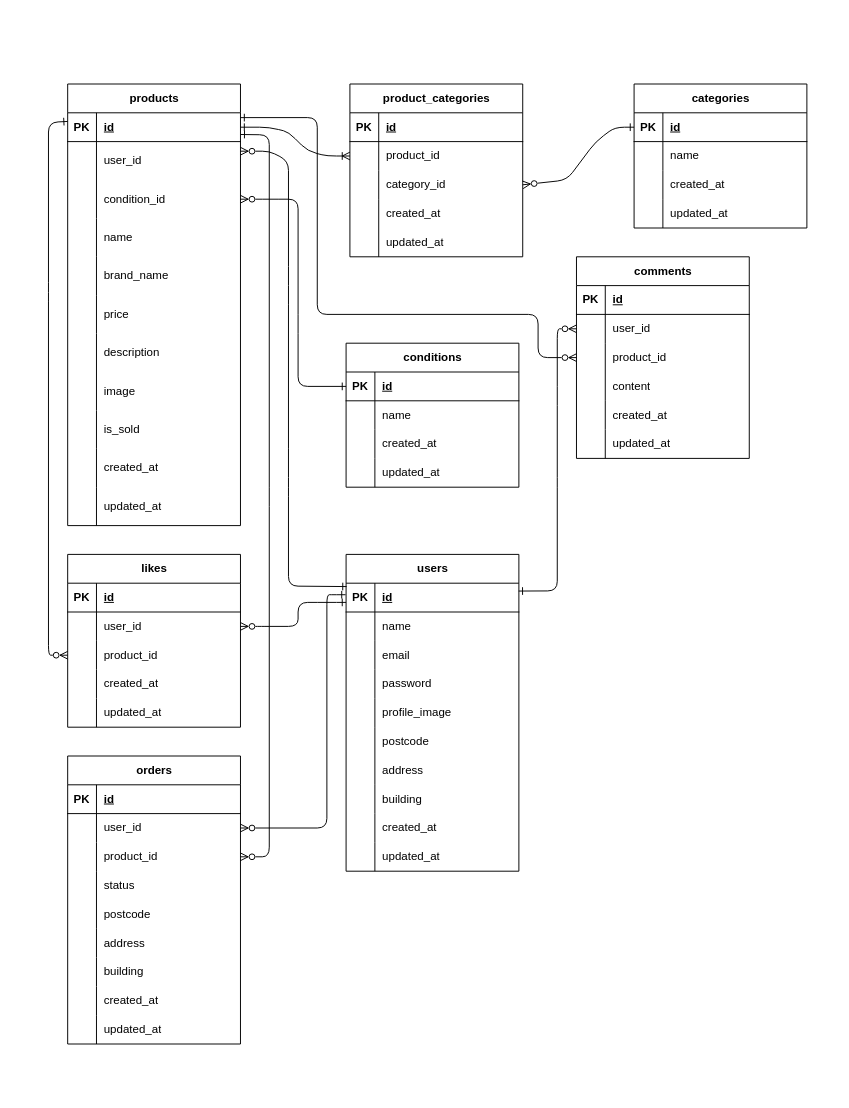
Earlier version of the draw.io diagram erd.drawio (como-natsu/coachtech-furima). Source tidied: cells renumbered, new cells numbered last; positions are measured from the earlier drawing's top-left corner, leaving out a move shared by most shapes. Both pictures are drawn from the tidied source at 96%, with x=0, y=0 at pixel (38, 26).
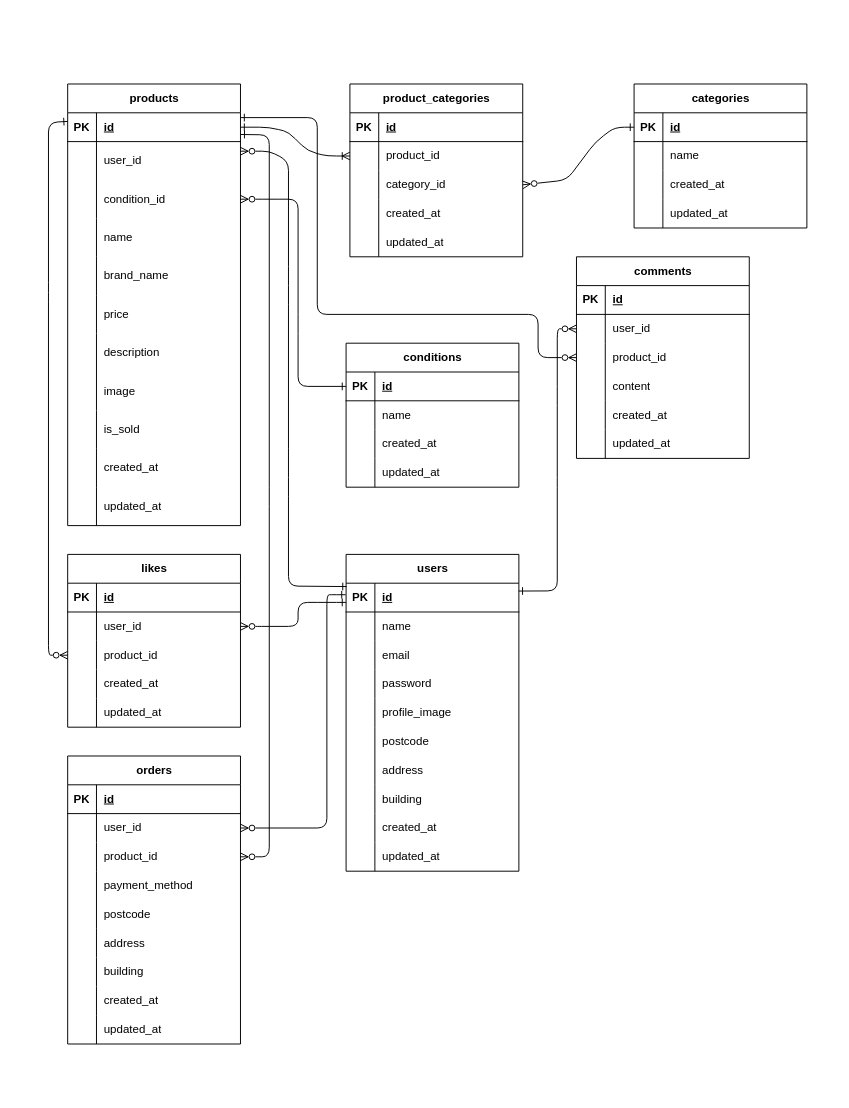
After the change.

The change refers to these unchanged cells:
```xml
<mxCell id="124" style="shape=tableRow;horizontal=0;startSize=0;swimlaneHead=0;swimlaneBody=0;fillColor=none;top=0;left=0;right=0;bottom=0;" parent="114" vertex="1">
  <mxGeometry y="120" width="180" height="30" as="geometry" />
</mxCell>
```

The edit, as a diff of the source:
```diff
@@
     <mxCell id="2" style="rounded=0;whiteSpace=wrap;html=1;fillColor=none;strokeColor=none;" parent="1" vertex="1">
-      <mxGeometry width="820" height="1080" as="geometry" />
+      <mxGeometry x="-23" y="-10" width="850" height="1120" as="geometry" />
     </mxCell>
@@
-    <mxCell id="126" value="status" style="shape=partialRectangle;fillColor=none;top=0;left=0;bottom=0;right=0;align=left;spacingLeft=6;overflow=hidden;whiteSpace=wrap;html=1;" parent="124" vertex="1">
-      <mxGeometry x="30" width="150" height="30" as="geometry" />
-    </mxCell>
+    <mxCell id="183" value="payment_method" style="shape=partialRectangle;fillColor=none;top=0;left=0;bottom=0;right=0;align=left;spacingLeft=6;overflow=hidden;whiteSpace=wrap;html=1;" parent="124" vertex="1">
+      <mxGeometry x="30" width="150" height="30" as="geometry" />
+    </mxCell>
```
